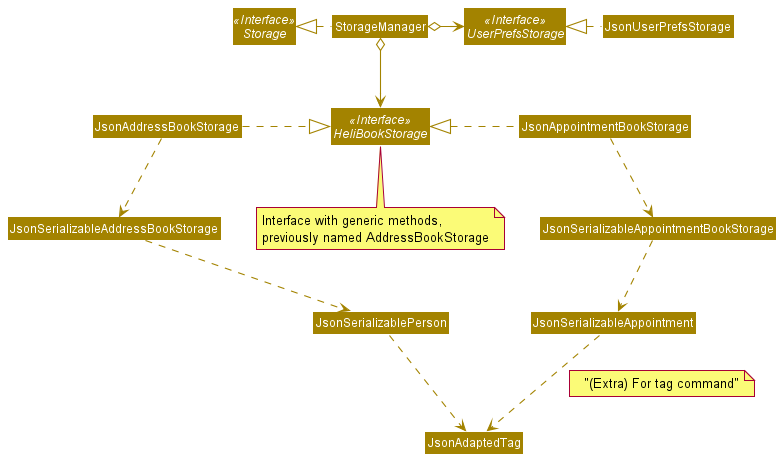
Earlier version of the PlantUML export docs/images/AppointmentWithStorageClassDiagram.png (nus-cs2103-AY2021S2/tp). Source of this version:
```plantuml
@startuml
!include style.puml
skinparam arrowThickness 1.1
skinparam arrowColor STORAGE_COLOR
skinparam classBackgroundColor STORAGE_COLOR

Interface Storage <<Interface>>
Interface UserPrefsStorage <<Interface>>
Interface HeliBookStorage <<Interface>>

note "Interface with generic methods,\npreviously named AddressBookStorage" as N1
N1 .up. HeliBookStorage

Class StorageManager
Class JsonUserPrefsStorage
Class JsonAddressBookStorage
Class JsonAppointmentBookStorage

StorageManager .left.|> Storage
StorageManager o-right-> UserPrefsStorage
StorageManager o--> HeliBookStorage

JsonUserPrefsStorage .left.|> UserPrefsStorage
JsonAppointmentBookStorage .left.|> HeliBookStorage
JsonAddressBookStorage .right.|> HeliBookStorage
JsonAppointmentBookStorage .down.> JsonSerializableAppointmentBookStorage
JsonAddressBookStorage .down.> JsonSerializableAddressBookStorage
JsonSerializableAppointmentBookStorage .down.> JsonSerializableAppointment
JsonSerializableAddressBookStorage .down.> JsonSerializablePerson
JsonSerializableAppointment .down.> JsonAdaptedTag
note on link
    "(Extra) For tag command"
end note
JsonSerializablePerson .down.> JsonAdaptedTag

@enduml
```
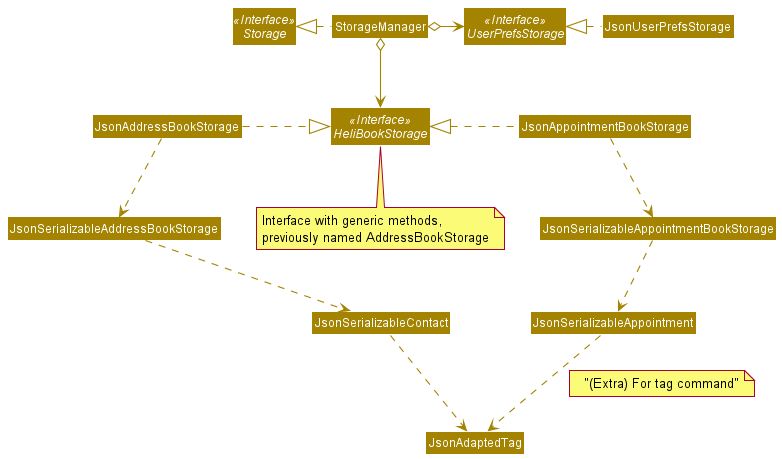
Later version of the same file.

What changed in the source:
```diff
@@ -26,11 +26,11 @@
 JsonAppointmentBookStorage .down.> JsonSerializableAppointmentBookStorage
 JsonAddressBookStorage .down.> JsonSerializableAddressBookStorage
 JsonSerializableAppointmentBookStorage .down.> JsonSerializableAppointment
-JsonSerializableAddressBookStorage .down.> JsonSerializablePerson
+JsonSerializableAddressBookStorage .down.> JsonSerializableContact
 JsonSerializableAppointment .down.> JsonAdaptedTag
 note on link
     "(Extra) For tag command"
 end note
-JsonSerializablePerson .down.> JsonAdaptedTag
+JsonSerializableContact .down.> JsonAdaptedTag
 
 @enduml
```
